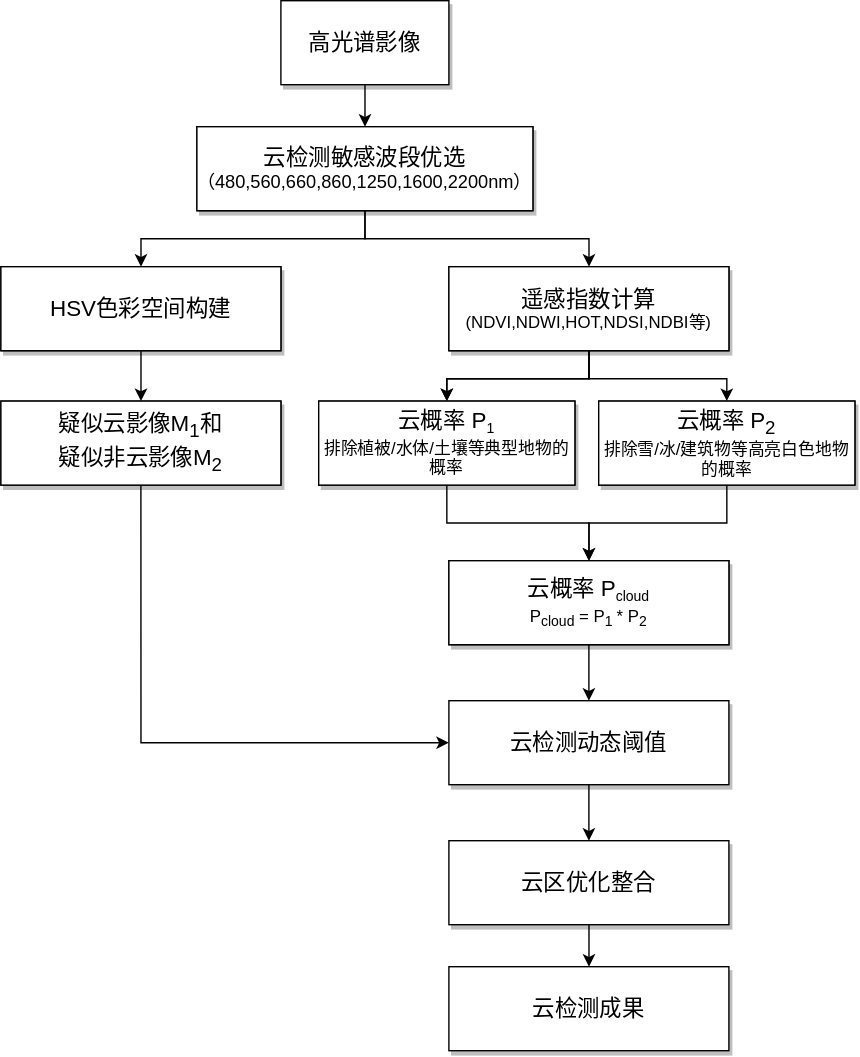
Before: 高光谱论文.svg, a diagram exported from draw.io (tianjg/tianjg.github.io). Source tidied: cells renumbered, new cells last; positions are measured from the earlier drawing's top-left corner, leaving out a move shared by most shapes.
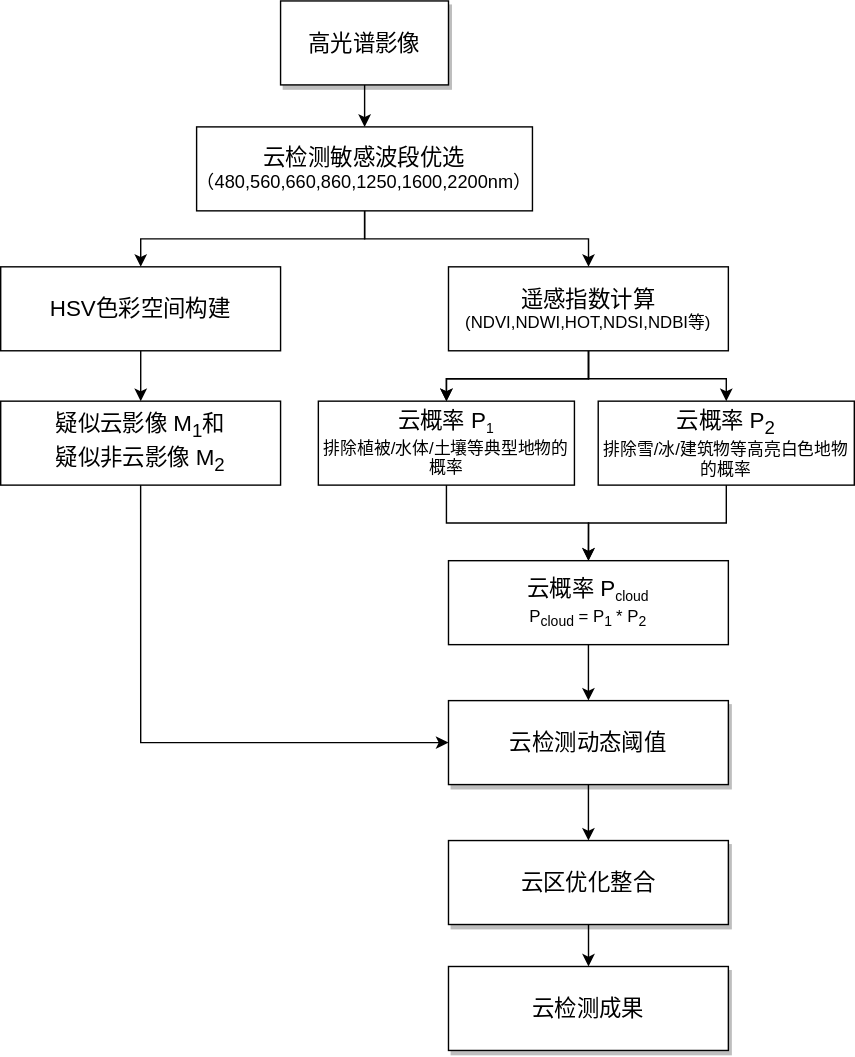
After the commit.

Commit message:
更新高光谱论文.svg

Change to the diagram source:
```diff
@@ -42,25 +42,25 @@
         </Array>
       </mxGeometry>
     </mxCell>
-    <mxCell id="14" value="&lt;font style=&quot;font-size: 16px&quot;&gt;疑似云影像（M&lt;sub&gt;1&lt;/sub&gt;）和&lt;br&gt;疑似非云影像（M&lt;sub&gt;2&lt;/sub&gt;）&lt;/font&gt;" style="whiteSpace=wrap;html=1;rounded=0;" parent="1" vertex="1">
+    <mxCell id="14" value="&lt;font style=&quot;font-size: 16px&quot;&gt;疑似云影像 M&lt;sub&gt;1&lt;/sub&gt;和&lt;br&gt;疑似非云影像 M&lt;sub&gt;2&lt;/sub&gt;&lt;/font&gt;" style="whiteSpace=wrap;html=1;rounded=0;" parent="1" vertex="1">
       <mxGeometry y="286" width="200" height="60" as="geometry" />
     </mxCell>
     <mxCell id="15" style="edgeStyle=orthogonalEdgeStyle;rounded=0;jettySize=auto;html=1;" parent="1" edge="1" source="16" target="18">
       <mxGeometry relative="1" as="geometry" />
     </mxCell>
-    <mxCell id="16" value="&lt;font style=&quot;font-size: 16px&quot;&gt;云概率（P&lt;/font&gt;&lt;font style=&quot;font-size: 12px&quot;&gt;&lt;sub&gt;1&lt;/sub&gt;&lt;/font&gt;&lt;font style=&quot;font-size: 16px&quot;&gt;）&lt;/font&gt;&lt;br style=&quot;box-sizing: content-box ; margin: 0px ; padding: 0px&quot;&gt;排除植被/水体/土壤等典型地物的概率" style="whiteSpace=wrap;html=1;rounded=0;" parent="1" vertex="1">
+    <mxCell id="16" value="&lt;font style=&quot;font-size: 16px&quot;&gt;云概率 P&lt;/font&gt;&lt;font style=&quot;font-size: 12px&quot;&gt;&lt;sub&gt;1&lt;/sub&gt;&lt;/font&gt;&lt;br style=&quot;box-sizing: content-box ; margin: 0px ; padding: 0px&quot;&gt;排除植被/水体/土壤等典型地物的概率" style="whiteSpace=wrap;html=1;rounded=0;" parent="1" vertex="1">
       <mxGeometry x="227" y="286" width="183" height="60" as="geometry" />
     </mxCell>
     <mxCell id="17" style="edgeStyle=orthogonalEdgeStyle;rounded=0;jettySize=auto;html=1;" parent="1" edge="1" source="18" target="22">
       <mxGeometry relative="1" as="geometry" />
     </mxCell>
-    <mxCell id="18" value="&lt;font style=&quot;font-size: 16px&quot;&gt;云概率（P&lt;/font&gt;&lt;font style=&quot;font-size: 12px&quot;&gt;&lt;sub&gt;cloud&lt;/sub&gt;&lt;/font&gt;&lt;font style=&quot;font-size: 16px&quot;&gt;）&lt;/font&gt;&lt;br style=&quot;box-sizing: content-box ; margin: 0px ; padding: 0px&quot;&gt;P&lt;sub&gt;cloud&lt;/sub&gt; = P&lt;sub&gt;1 &lt;/sub&gt;* P&lt;sub&gt;2&lt;/sub&gt;" style="whiteSpace=wrap;html=1;rounded=0;" parent="1" vertex="1">
+    <mxCell id="18" value="&lt;font style=&quot;font-size: 16px&quot;&gt;云概率 P&lt;/font&gt;&lt;font style=&quot;font-size: 12px&quot;&gt;&lt;sub&gt;cloud&lt;/sub&gt;&lt;/font&gt;&lt;br style=&quot;box-sizing: content-box ; margin: 0px ; padding: 0px&quot;&gt;P&lt;sub&gt;cloud&lt;/sub&gt; = P&lt;sub&gt;1 &lt;/sub&gt;* P&lt;sub&gt;2&lt;/sub&gt;" style="whiteSpace=wrap;html=1;rounded=0;" parent="1" vertex="1">
       <mxGeometry x="320" y="400" width="200" height="60" as="geometry" />
     </mxCell>
     <mxCell id="19" style="edgeStyle=orthogonalEdgeStyle;rounded=0;jettySize=auto;html=1;entryX=0.5;entryY=0;entryDx=0;entryDy=0;" parent="1" edge="1" source="20" target="18">
       <mxGeometry relative="1" as="geometry" />
     </mxCell>
-    <mxCell id="20" value="&lt;font style=&quot;font-size: 16px&quot;&gt;云概率（P&lt;sub&gt;2&lt;/sub&gt;）&lt;/font&gt;&lt;br style=&quot;box-sizing: content-box ; margin: 0px ; padding: 0px&quot;&gt;排除雪/冰/建筑物等高亮白色地物的概率" style="whiteSpace=wrap;html=1;rounded=0;" parent="1" vertex="1">
+    <mxCell id="20" value="&lt;font style=&quot;font-size: 16px&quot;&gt;云概率 P&lt;sub&gt;2&lt;/sub&gt;&lt;/font&gt;&lt;br style=&quot;box-sizing: content-box ; margin: 0px ; padding: 0px&quot;&gt;排除雪/冰/建筑物等高亮白色地物的概率" style="whiteSpace=wrap;html=1;rounded=0;" parent="1" vertex="1">
       <mxGeometry x="427" y="286" width="183" height="60" as="geometry" />
     </mxCell>
     <mxCell id="21" style="edgeStyle=orthogonalEdgeStyle;rounded=0;jettySize=auto;html=1;fontSize=16;" parent="1" edge="1" source="22" target="24">
@@ -78,26 +78,5 @@
     <mxCell id="25" value="&lt;font style=&quot;font-size: 16px&quot;&gt;云检测成果&lt;/font&gt;" style="whiteSpace=wrap;html=1;rounded=0;fontSize=16;fontStyle=0;shadow=1;" parent="1" vertex="1">
       <mxGeometry x="320" y="690" width="200" height="60" as="geometry" />
     </mxCell>
-    <mxCell id="26" value="&lt;font style=&quot;font-size: 16px&quot;&gt;云检测敏感波段优选&lt;/font&gt;&lt;br style=&quot;box-sizing: content-box ; margin: 0px ; padding: 0px&quot;&gt;&lt;font style=&quot;font-size: 13px&quot;&gt;（480,560,660,860,1250,1600,2200nm）&lt;/font&gt;" style="whiteSpace=wrap;html=1;rounded=0;shadow=1;" parent="1" vertex="1">
-      <mxGeometry x="140" y="90" width="240" height="60" as="geometry" />
-    </mxCell>
-    <mxCell id="27" value="&lt;font style=&quot;font-size: 16px&quot;&gt;HSV色彩空间构建&lt;/font&gt;" style="whiteSpace=wrap;html=1;rounded=0;shadow=1;" parent="1" vertex="1">
-      <mxGeometry y="190" width="200" height="60" as="geometry" />
-    </mxCell>
-    <mxCell id="28" value="&lt;font style=&quot;font-size: 16px&quot;&gt;疑似云影像M&lt;sub&gt;1&lt;/sub&gt;和&lt;br&gt;疑似非云影像M&lt;sub&gt;2&lt;/sub&gt;&lt;/font&gt;" style="whiteSpace=wrap;html=1;rounded=0;shadow=1;" parent="1" vertex="1">
-      <mxGeometry y="286" width="200" height="60" as="geometry" />
-    </mxCell>
-    <mxCell id="29" value="&lt;font style=&quot;font-size: 16px&quot;&gt;云概率 P&lt;/font&gt;&lt;font style=&quot;font-size: 12px&quot;&gt;&lt;sub&gt;1&lt;/sub&gt;&lt;/font&gt;&lt;br style=&quot;box-sizing: content-box ; margin: 0px ; padding: 0px&quot;&gt;排除植被/水体/土壤等典型地物的概率" style="whiteSpace=wrap;html=1;rounded=0;shadow=1;" parent="1" vertex="1">
-      <mxGeometry x="227" y="286" width="183" height="60" as="geometry" />
-    </mxCell>
-    <mxCell id="30" value="&lt;font style=&quot;font-size: 16px&quot;&gt;遥感指数计算&lt;/font&gt;&lt;br style=&quot;box-sizing: content-box ; margin: 0px ; padding: 0px&quot;&gt;(NDVI,NDWI,HOT,NDSI,NDBI等)" style="whiteSpace=wrap;html=1;rounded=0;shadow=1;" parent="1" vertex="1">
-      <mxGeometry x="320" y="190" width="200" height="60" as="geometry" />
-    </mxCell>
-    <mxCell id="31" value="&lt;font style=&quot;font-size: 16px&quot;&gt;云概率 P&lt;sub&gt;2&lt;/sub&gt;&lt;/font&gt;&lt;br style=&quot;box-sizing: content-box ; margin: 0px ; padding: 0px&quot;&gt;排除雪/冰/建筑物等高亮白色地物的概率" style="whiteSpace=wrap;html=1;rounded=0;shadow=1;" parent="1" vertex="1">
-      <mxGeometry x="427" y="286" width="183" height="60" as="geometry" />
-    </mxCell>
-    <mxCell id="32" value="&lt;font style=&quot;font-size: 16px&quot;&gt;云概率 P&lt;/font&gt;&lt;font style=&quot;font-size: 12px&quot;&gt;&lt;sub&gt;cloud&lt;/sub&gt;&lt;/font&gt;&lt;br style=&quot;box-sizing: content-box ; margin: 0px ; padding: 0px&quot;&gt;P&lt;sub&gt;cloud&lt;/sub&gt; = P&lt;sub&gt;1 &lt;/sub&gt;* P&lt;sub&gt;2&lt;/sub&gt;" style="whiteSpace=wrap;html=1;rounded=0;shadow=1;" parent="1" vertex="1">
-      <mxGeometry x="320" y="400" width="200" height="60" as="geometry" />
-    </mxCell>
   </root>
 </mxGraphModel>
```
